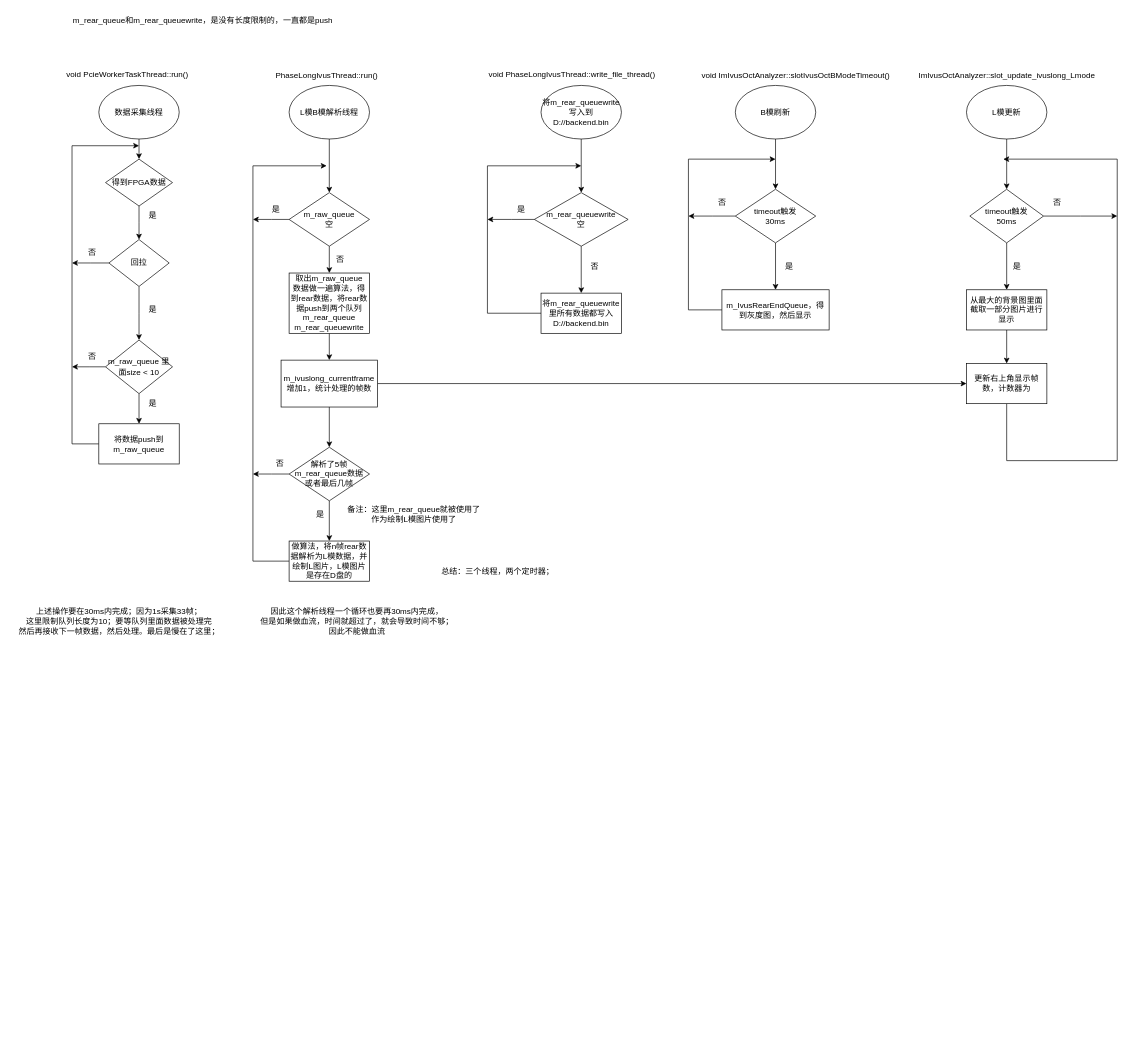
The draw.io diagram 回拉流程.drawio in zhouzhihui12/Drawio_drawing, before the edit. Source tidied: cells renumbered, new cells numbered last; positions are measured from the earlier drawing's top-left corner, leaving out a move shared by most shapes. Both pictures are drawn from the tidied source at 67%, with x=0, y=0 at pixel (11, 11).
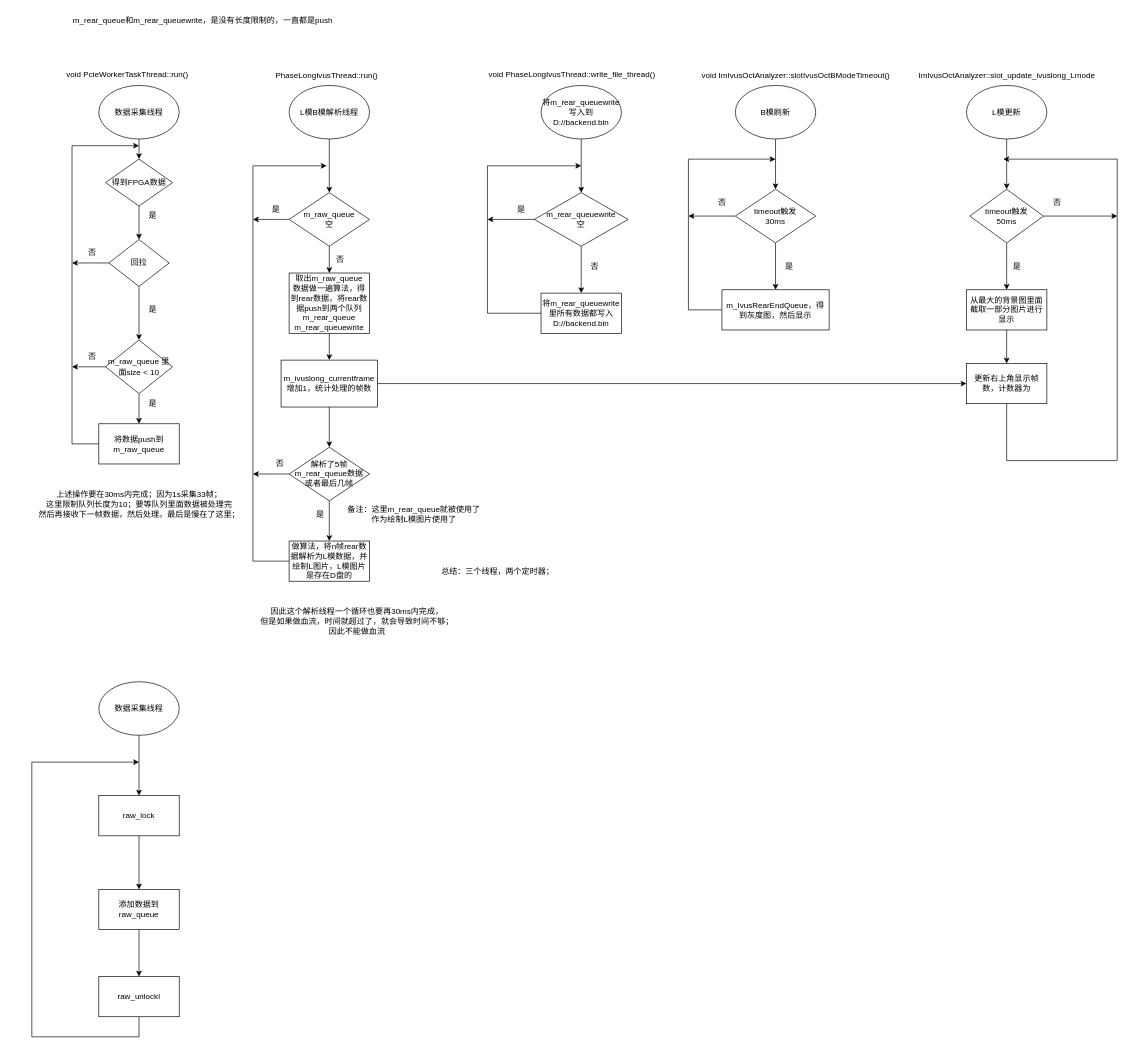
The same diagram, later.

Commit message:
更新回拉流程.drawio

The edit, as a diff of the source:
```diff
@@
     <mxCell id="75" value="上述操作要在30ms内完成；因为1s采集33帧；&lt;br&gt;这里限制队列长度为10；要等队列里面数据被处理完&lt;br&gt;然后再接收下一帧数据，然后处理。最后是慢在了这里；" style="text;html=1;align=center;verticalAlign=middle;strokeColor=none;fillColor=none;strokeWidth=1;" parent="1" vertex="1">
-      <mxGeometry y="880" width="320" height="60" as="geometry" />
+      <mxGeometry x="30" y="705" width="320" height="60" as="geometry" />
     </mxCell>
@@
+    <mxCell id="77" style="edgeStyle=orthogonalEdgeStyle;rounded=0;jettySize=auto;html=1;" parent="1" edge="1" source="78" target="80">
+      <mxGeometry relative="1" as="geometry" />
+    </mxCell>
+    <mxCell id="78" value="数据采集线程" style="ellipse;whiteSpace=wrap;html=1;" parent="1" vertex="1">
+      <mxGeometry x="130" y="1000" width="120" height="80" as="geometry" />
+    </mxCell>
+    <mxCell id="79" style="edgeStyle=orthogonalEdgeStyle;rounded=0;jettySize=auto;html=1;" parent="1" edge="1" source="80" target="84">
+      <mxGeometry relative="1" as="geometry" />
+    </mxCell>
+    <mxCell id="80" value="raw_lock" style="whiteSpace=wrap;html=1;" parent="1" vertex="1">
+      <mxGeometry x="130" y="1170" width="120" height="60" as="geometry" />
+    </mxCell>
+    <mxCell id="81" style="edgeStyle=orthogonalEdgeStyle;rounded=0;jettySize=auto;html=1;" parent="1" edge="1" source="82">
+      <mxGeometry relative="1" as="geometry">
+        <mxPoint x="190" y="1120" as="targetPoint" />
+        <Array as="points">
+          <mxPoint x="190" y="1530" />
+          <mxPoint x="30" y="1530" />
+          <mxPoint x="30" y="1120" />
+        </Array>
+      </mxGeometry>
+    </mxCell>
+    <mxCell id="82" value="raw_unlockl" style="whiteSpace=wrap;html=1;" parent="1" vertex="1">
+      <mxGeometry x="130" y="1440" width="120" height="60" as="geometry" />
+    </mxCell>
+    <mxCell id="83" style="edgeStyle=orthogonalEdgeStyle;rounded=0;jettySize=auto;html=1;" parent="1" edge="1" source="84" target="82">
+      <mxGeometry relative="1" as="geometry" />
+    </mxCell>
+    <mxCell id="84" value="添加数据到raw_queue" style="whiteSpace=wrap;html=1;" parent="1" vertex="1">
+      <mxGeometry x="130" y="1310" width="120" height="60" as="geometry" />
+    </mxCell>
```
